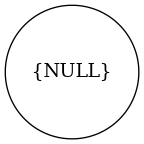
Earlier version of the Graphviz export Proyecto-Fase 2/Reportes/BST.png (Rodrigo-1504/-EDD-1S2025_202202854). Its source is kept beside it as Proyecto-Fase 2/Reportes/BST.dot. Its diagram source:
```dot
digraph G {
	node[shape=circle];
	NULL[label = "{NULL}"];
}
```
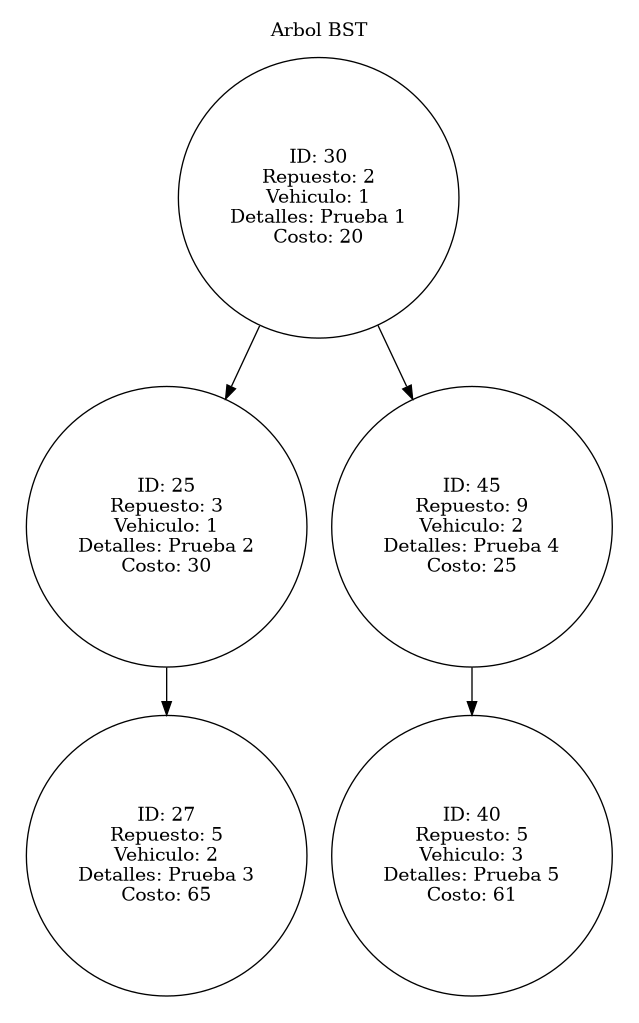
After the commit.

What changed in the source:
```diff
@@ -1,4 +1,36 @@
-digraph G {
+digraph AVL{
 	node[shape=circle];
-	NULL[label = "{NULL}"];
+	graph[pencolor=transparent];
+	subgraph cluster_0{
+		label = "Arbol BST";
+	"30" [label = "ID: 30
+Repuesto: 2
+Vehiculo: 1
+Detalles: Prueba 1
+Costo: 20"];
+	"30" -> "25";
+	"30" -> "45";
+	"25" [label = "ID: 25
+Repuesto: 3
+Vehiculo: 1
+Detalles: Prueba 2
+Costo: 30"];
+	"25" -> "27";
+	"27" [label = "ID: 27
+Repuesto: 5
+Vehiculo: 2
+Detalles: Prueba 3
+Costo: 65"];
+	"45" [label = "ID: 45
+Repuesto: 9
+Vehiculo: 2
+Detalles: Prueba 4
+Costo: 25"];
+	"45" -> "40";
+	"40" [label = "ID: 40
+Repuesto: 5
+Vehiculo: 3
+Detalles: Prueba 5
+Costo: 61"];
+		}
 }
```
